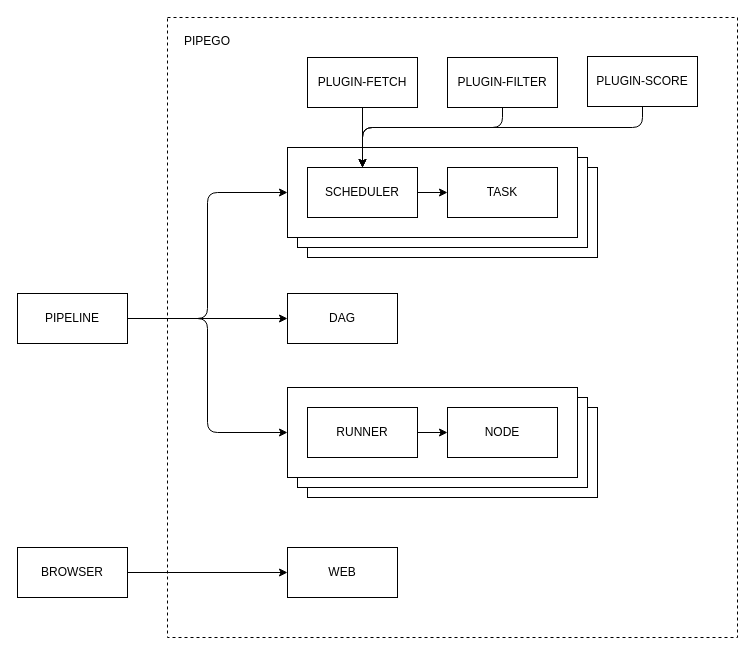
This is diagram.drawio from pipego/deploy, a draw.io file, before an edit. Source tidied: cells renumbered, new cells numbered last; positions are measured from the earlier drawing's top-left corner, leaving out a move shared by most shapes. Both pictures are drawn from the tidied source at 100%, with x=0, y=0 at pixel (17, 17).
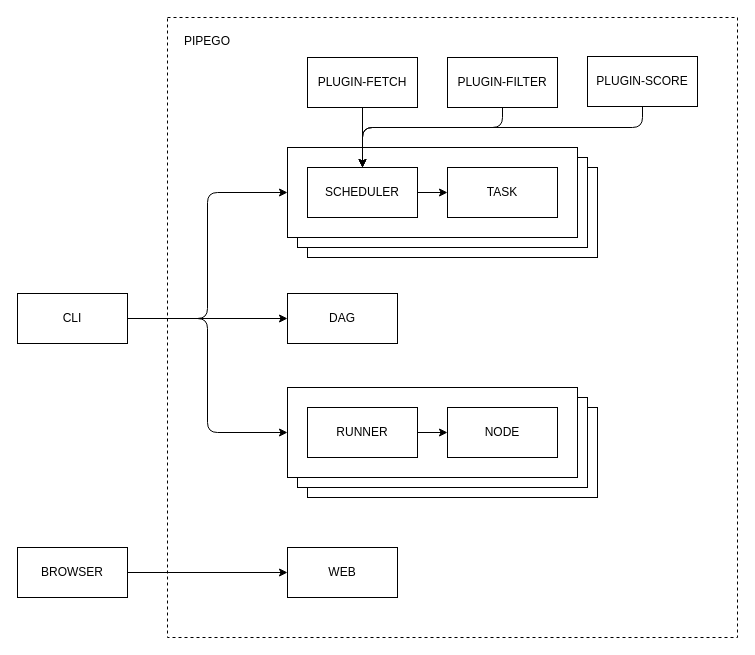
The same page after the edit.

Commit message (it also covers changes not shown here):
refactor(diagram): update diagram for cli

Change to the diagram source:
```diff
@@
-    <mxCell id="8" value="PIPELINE" style="rounded=0;whiteSpace=wrap;html=1;" parent="1" vertex="1">
+    <mxCell id="8" value="CLI" style="rounded=0;whiteSpace=wrap;html=1;" parent="1" vertex="1">
       <mxGeometry y="276" width="110" height="50" as="geometry" />
     </mxCell>
```
